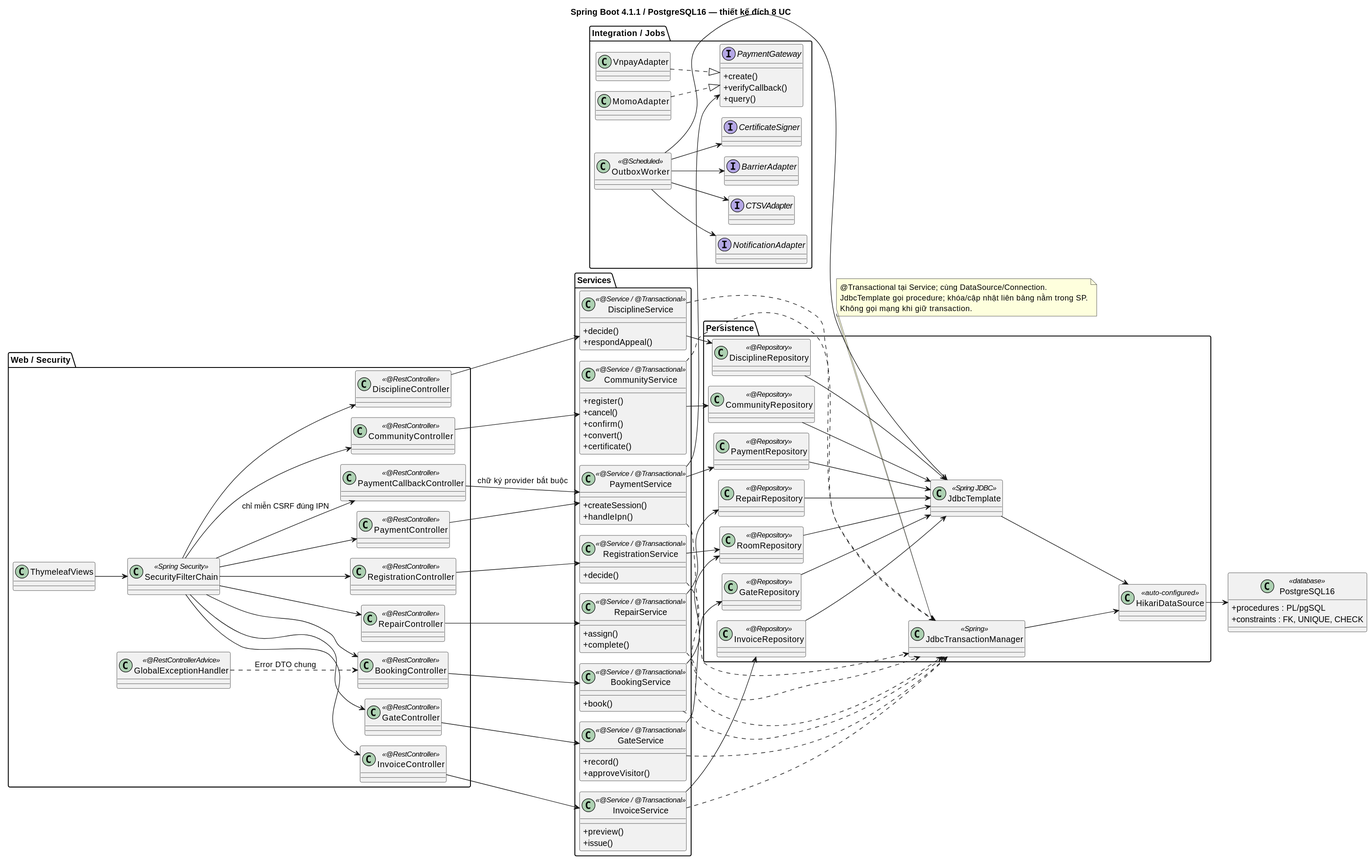
This is docs/demo/class-diagrams/architecture.svg from caohoangphucs/hoc-cnpm, a PlantUML export, as it was before one commit.
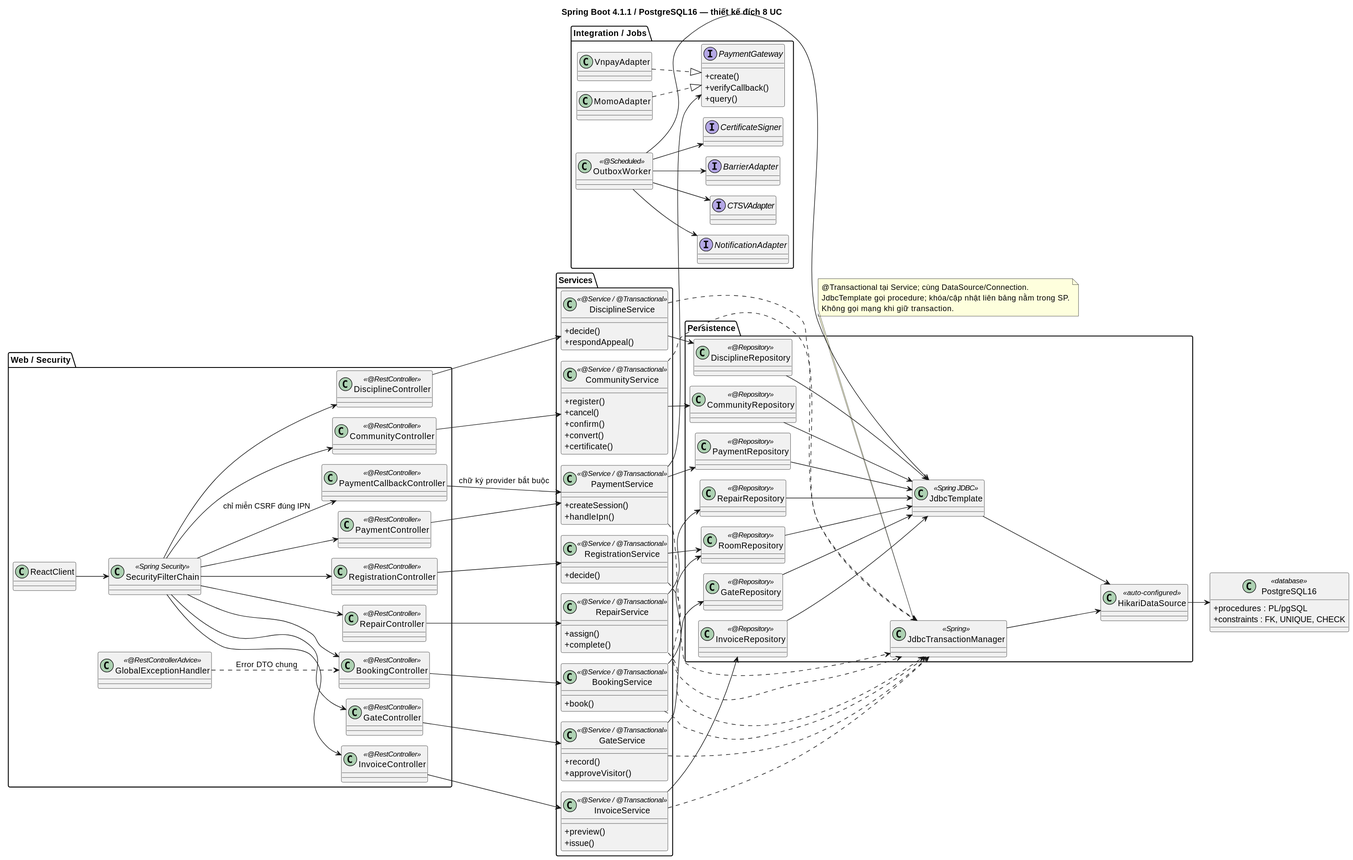
Above is the later version.

The edit, as a diff of the source:
```diff
@@ -4,7 +4,7 @@
 left to right direction
 title Spring Boot 4.1.1 / PostgreSQL16 — thiết kế đích 8 UC
 package "Web / Security" {
- class ThymeleafViews
+ class ReactClient
  class SecurityFilterChain <<Spring Security>>
  class GlobalExceptionHandler <<@RestControllerAdvice>>
  class BookingController <<@RestController>>
@@ -82,7 +82,7 @@
  +procedures : PL/pgSQL
  +constraints : FK, UNIQUE, CHECK
 }
-ThymeleafViews --> SecurityFilterChain
+ReactClient --> SecurityFilterChain
 SecurityFilterChain --> BookingController
 BookingController --> BookingService
 BookingService --> RoomRepository
```
